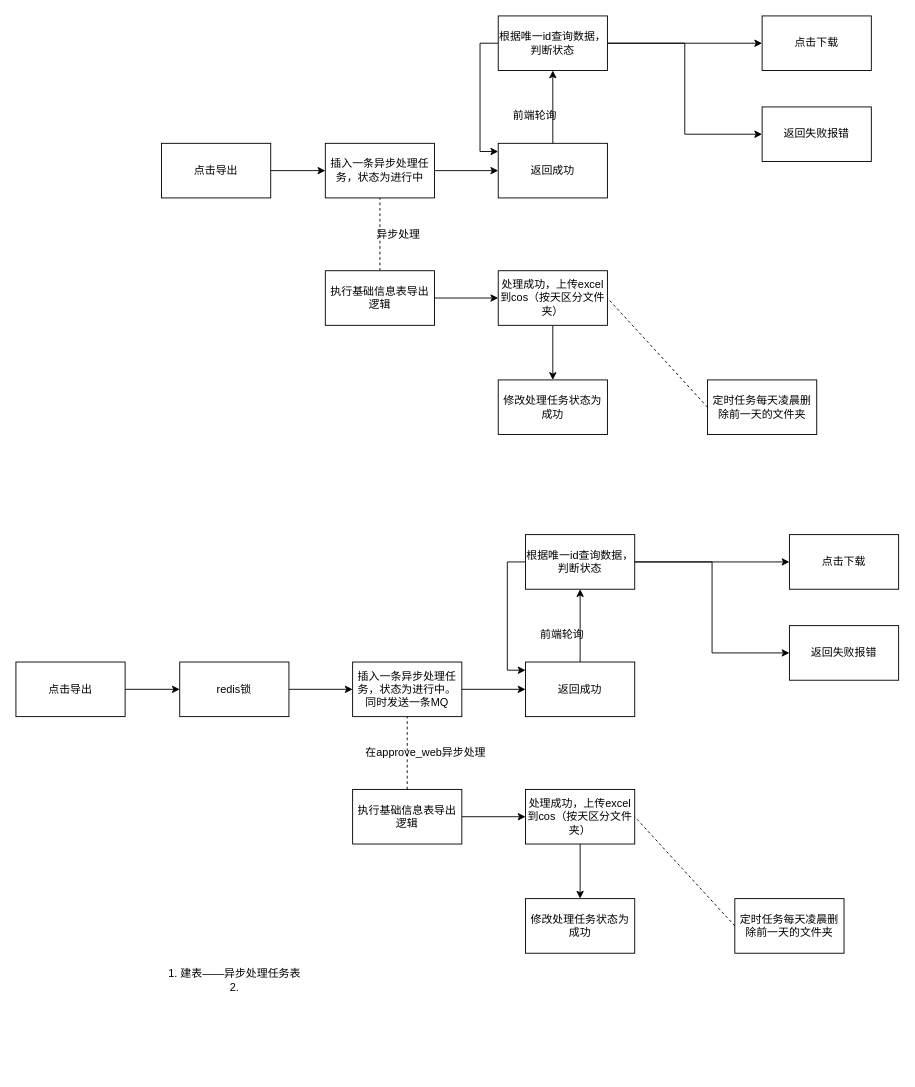
Above: picture/案件基础信息表导出.drawio in canonhuu/rm (draw.io), before the change. Source tidied: cells renumbered, new cells numbered last; positions are measured from the earlier drawing's top-left corner, leaving out a move shared by most shapes. Both pictures are drawn from the tidied source at 91%, with x=0, y=0 at pixel (15, 15).
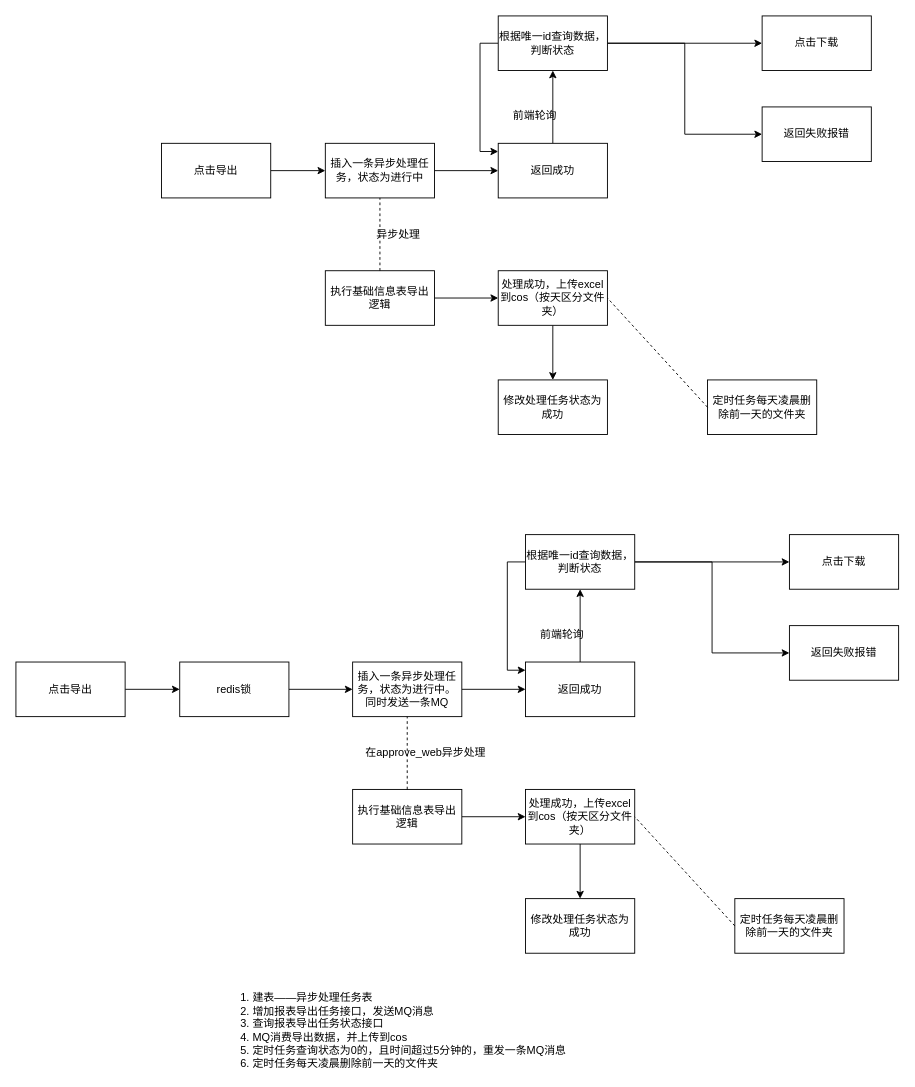
After the change.

Commit message:
更新案件基础信息表导出.drawio

Change to the diagram source:
```diff
@@
-    <mxCell id="46" value="&lt;div&gt;1. 建表——异步处理任务表&lt;/div&gt;&lt;div&gt;2. &lt;br&gt;&lt;/div&gt;" style="text;html=1;align=center;verticalAlign=middle;strokeColor=none;" parent="1" vertex="1">
-      <mxGeometry x="160" y="1045" width="160" height="30" as="geometry" />
+    <mxCell id="46" value="&lt;div align=&quot;left&quot;&gt;1. 建表——异步处理任务表&lt;/div&gt;&lt;div align=&quot;left&quot;&gt;2. 增加报表导出任务接口，发送MQ消息&lt;/div&gt;&lt;div align=&quot;left&quot;&gt;3. 查询报表导出任务状态接口&lt;/div&gt;&lt;div align=&quot;left&quot;&gt;4. MQ消费导出数据，并上传到cos&lt;/div&gt;&lt;div align=&quot;left&quot;&gt;5. 定时任务查询状态为0的，且时间超过5分钟的，重发一条MQ消息&lt;br&gt;&lt;/div&gt;&lt;div align=&quot;left&quot;&gt;6. 定时任务每天凌晨删除前一天的文件夹&lt;br&gt;&lt;/div&gt;" style="text;html=1;align=left;verticalAlign=middle;strokeColor=none;" parent="1" vertex="1">
+      <mxGeometry x="245" y="1070" width="370" height="90" as="geometry" />
     </mxCell>
```
